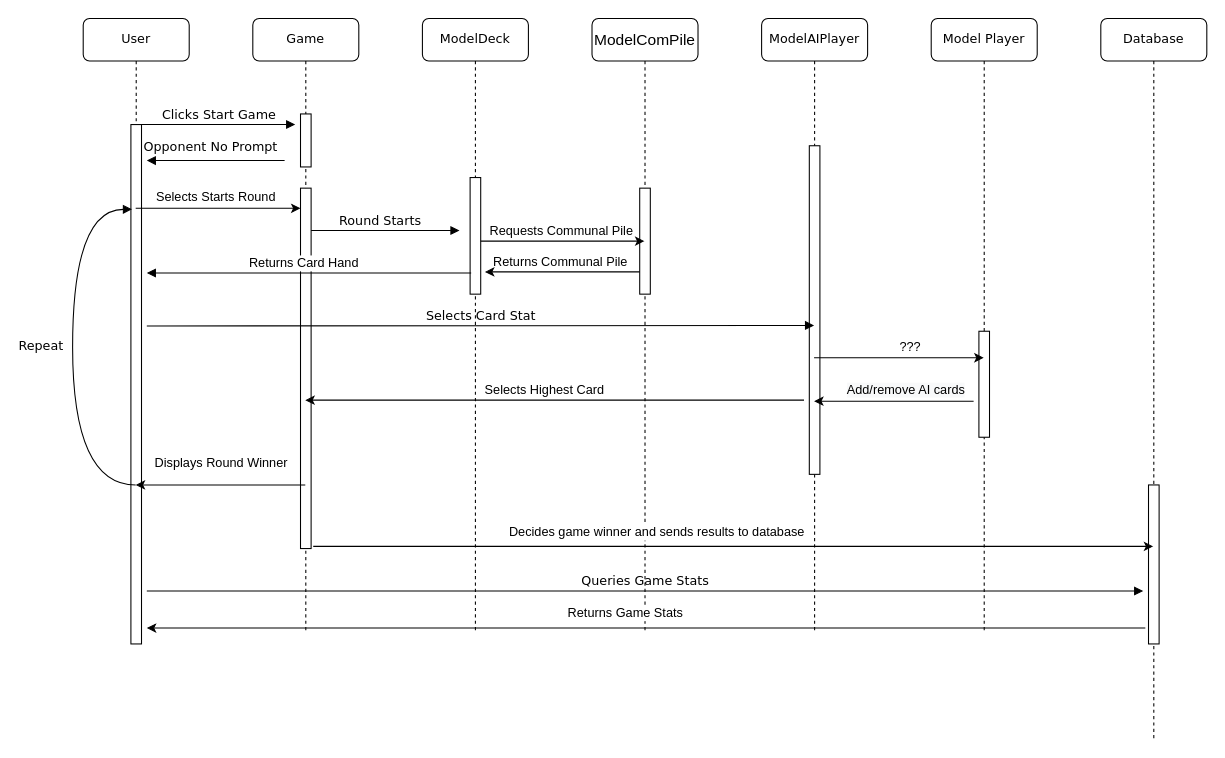
The draw.io diagram Sequence Diagram.drawio in Caimpson/ITTeamProject_Documentation, before the edit. Source tidied: cells renumbered, new cells numbered last; positions are measured from the earlier drawing's top-left corner, leaving out a move shared by most shapes. Both pictures are drawn from the tidied source at 106%, with x=0, y=0 at pixel (72, 18).
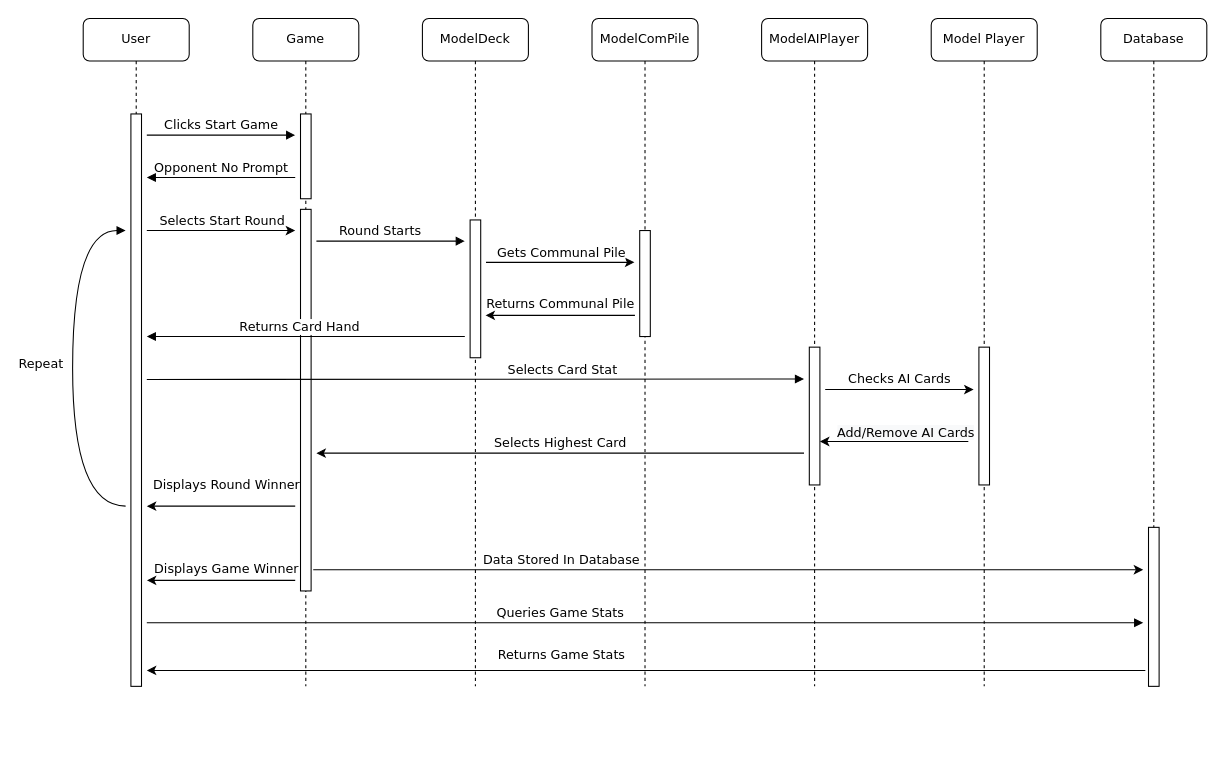
The same diagram, later.

Change to the diagram source:
```diff
@@
     <mxCell id="2" value="Game" style="shape=umlLifeline;perimeter=lifelinePerimeter;whiteSpace=wrap;html=1;outlineConnect=0;rounded=1;shadow=0;comic=0;labelBackgroundColor=none;strokeWidth=1;fontFamily=Verdana;fontSize=12;align=center;" parent="1" vertex="1">
-      <mxGeometry x="170" width="100" height="580" as="geometry" />
+      <mxGeometry x="170" width="100" height="630" as="geometry" />
     </mxCell>
     <mxCell id="3" style="html=1;points=[];perimeter=orthogonalPerimeter;rounded=0;shadow=0;comic=0;labelBackgroundColor=none;strokeWidth=1;fontFamily=Verdana;fontSize=12;align=center;" parent="2" vertex="1">
-      <mxGeometry x="45" y="160" width="10" height="340" as="geometry" />
+      <mxGeometry x="45" y="180" width="10" height="360" as="geometry" />
     </mxCell>
     <mxCell id="4" style="html=1;perimeter=orthogonalPerimeter;rounded=0;shadow=0;comic=0;labelBackgroundColor=none;strokeWidth=1;fontFamily=Verdana;fontSize=12;align=center;" parent="2" vertex="1">
-      <mxGeometry x="45" y="90" width="10" height="50" as="geometry" />
+      <mxGeometry x="45" y="90" width="10" height="80" as="geometry" />
     </mxCell>
-    <mxCell id="5" value="ModelDeck" style="shape=umlLifeline;perimeter=lifelinePerimeter;whiteSpace=wrap;html=1;rounded=1;shadow=0;comic=0;labelBackgroundColor=none;strokeWidth=1;fontFamily=Verdana;fontSize=12;align=center;" parent="1" vertex="1">
-      <mxGeometry x="330" width="100" height="580" as="geometry" />
+    <mxCell id="5" value="ModelDeck" style="shape=umlLifeline;perimeter=lifelinePerimeter;whiteSpace=wrap;html=1;rounded=1;shadow=0;comic=0;labelBackgroundColor=none;strokeWidth=1;fontFamily=Verdana;fontSize=12;align=center;size=40;" parent="1" vertex="1">
+      <mxGeometry x="330" width="100" height="630" as="geometry" />
     </mxCell>
     <mxCell id="6" style="html=1;points=[];perimeter=orthogonalPerimeter;rounded=0;shadow=0;comic=0;labelBackgroundColor=none;strokeWidth=1;fontFamily=Verdana;fontSize=12;align=center;" parent="5" vertex="1">
-      <mxGeometry x="45" y="150" width="10" height="110" as="geometry" />
+      <mxGeometry x="45" y="190" width="10" height="130" as="geometry" />
     </mxCell>
     <mxCell id="7" value="ModelAIPlayer" style="shape=umlLifeline;perimeter=lifelinePerimeter;whiteSpace=wrap;html=1;outlineConnect=0;rounded=1;shadow=0;comic=0;labelBackgroundColor=none;strokeWidth=1;fontFamily=Verdana;fontSize=12;align=center;" parent="1" vertex="1">
-      <mxGeometry x="650" width="100" height="580" as="geometry" />
+      <mxGeometry x="650" width="100" height="630" as="geometry" />
     </mxCell>
     <mxCell id="8" style="html=1;perimeter=orthogonalPerimeter;rounded=0;shadow=0;comic=0;labelBackgroundColor=none;strokeWidth=1;fontFamily=Verdana;fontSize=12;align=center;" parent="7" vertex="1">
-      <mxGeometry x="45" y="120" width="10" height="310" as="geometry" />
+      <mxGeometry x="45" y="310" width="10" height="130" as="geometry" />
     </mxCell>
     <mxCell id="9" value="Database" style="shape=umlLifeline;perimeter=lifelinePerimeter;whiteSpace=wrap;html=1;outlineConnect=0;rounded=1;shadow=0;comic=0;labelBackgroundColor=none;strokeWidth=1;fontFamily=Verdana;fontSize=12;align=center;" parent="1" vertex="1">
-      <mxGeometry x="970" width="100" height="680" as="geometry" />
+      <mxGeometry x="970" width="100" height="630" as="geometry" />
     </mxCell>
     <mxCell id="10" style="html=1;points=[];perimeter=orthogonalPerimeter;rounded=0;shadow=0;comic=0;labelBackgroundColor=none;strokeWidth=1;fontFamily=Verdana;fontSize=12;align=center;" parent="9" vertex="1">
-      <mxGeometry x="45" y="440" width="10" height="150" as="geometry" />
+      <mxGeometry x="45" y="480" width="10" height="150" as="geometry" />
     </mxCell>
-    <mxCell id="11" value="&lt;span style=&quot;font-size: 11pt ; line-height: 15.6933px ; font-family: &amp;#34;calibri&amp;#34; , sans-serif&quot;&gt;ModelComPile&lt;/span&gt;" style="shape=umlLifeline;perimeter=lifelinePerimeter;whiteSpace=wrap;html=1;outlineConnect=0;rounded=1;shadow=0;comic=0;labelBackgroundColor=none;strokeWidth=1;fontFamily=Verdana;fontSize=12;align=center;" parent="1" vertex="1">
-      <mxGeometry x="490" width="100" height="580" as="geometry" />
+    <mxCell id="11" value="&lt;span style=&quot;line-height: 15.6933px&quot;&gt;&lt;font style=&quot;font-size: 12px&quot;&gt;ModelComPile&lt;/font&gt;&lt;/span&gt;" style="shape=umlLifeline;perimeter=lifelinePerimeter;whiteSpace=wrap;html=1;outlineConnect=0;rounded=1;shadow=0;comic=0;labelBackgroundColor=none;strokeWidth=1;fontFamily=Verdana;fontSize=12;align=center;" parent="1" vertex="1">
+      <mxGeometry x="490" width="100" height="630" as="geometry" />
     </mxCell>
     <mxCell id="12" style="html=1;points=[];perimeter=orthogonalPerimeter;rounded=0;shadow=0;comic=0;labelBackgroundColor=none;strokeWidth=1;fontFamily=Verdana;fontSize=12;align=center;" parent="11" vertex="1">
-      <mxGeometry x="45" y="160" width="10" height="100" as="geometry" />
+      <mxGeometry x="45" y="200" width="10" height="100" as="geometry" />
     </mxCell>
     <mxCell id="13" value="Model Player" style="shape=umlLifeline;perimeter=lifelinePerimeter;whiteSpace=wrap;html=1;outlineConnect=0;rounded=1;shadow=0;comic=0;labelBackgroundColor=none;strokeWidth=1;fontFamily=Verdana;fontSize=12;align=center;" parent="1" vertex="1">
-      <mxGeometry x="810" width="100" height="580" as="geometry" />
+      <mxGeometry x="810" width="100" height="630" as="geometry" />
     </mxCell>
     <mxCell id="14" style="html=1;perimeter=orthogonalPerimeter;rounded=0;shadow=0;comic=0;labelBackgroundColor=none;strokeWidth=1;fontFamily=Verdana;fontSize=12;align=center;" parent="13" vertex="1">
-      <mxGeometry x="45" y="295" width="10" height="100" as="geometry" />
+      <mxGeometry x="45" y="310" width="10" height="130" as="geometry" />
     </mxCell>
     <mxCell id="15" value="User" style="shape=umlLifeline;perimeter=lifelinePerimeter;whiteSpace=wrap;html=1;outlineConnect=0;rounded=1;shadow=0;comic=0;labelBackgroundColor=none;strokeWidth=1;fontFamily=Verdana;fontSize=12;align=center;" parent="1" vertex="1">
-      <mxGeometry x="10" width="100" height="590" as="geometry" />
+      <mxGeometry x="10" width="100" height="630" as="geometry" />
     </mxCell>
     <mxCell id="16" style="html=1;points=[];perimeter=orthogonalPerimeter;rounded=0;shadow=0;comic=0;labelBackgroundColor=none;strokeWidth=1;fontFamily=Verdana;fontSize=12;align=center;" parent="15" vertex="1">
-      <mxGeometry x="45" y="100" width="10" height="490" as="geometry" />
+      <mxGeometry x="45" y="90" width="10" height="540" as="geometry" />
     </mxCell>
-    <mxCell id="17" value="Repeat" style="html=1;verticalAlign=bottom;endArrow=block;labelBackgroundColor=none;fontFamily=Verdana;fontSize=12;elbow=vertical;edgeStyle=orthogonalEdgeStyle;curved=1;" parent="15" edge="1" source="15">
+    <mxCell id="17" value="Repeat" style="html=1;verticalAlign=bottom;endArrow=block;labelBackgroundColor=none;fontFamily=Verdana;fontSize=12;elbow=vertical;edgeStyle=orthogonalEdgeStyle;curved=1;" parent="15" edge="1">
       <mxGeometry x="-0.03" y="30" relative="1" as="geometry">
-        <mxPoint x="46" y="180" as="targetPoint" />
+        <mxPoint x="40" y="460" as="sourcePoint" />
+        <mxPoint x="40" y="200" as="targetPoint" />
         <Array as="points">
-          <mxPoint x="-10" y="440" />
-          <mxPoint x="-10" y="180" />
+          <mxPoint x="-10" y="460" />
+          <mxPoint x="-10" y="200" />
         </Array>
       </mxGeometry>
     </mxCell>
     <mxCell id="18" style="html=1;verticalAlign=bottom;endArrow=block;labelBackgroundColor=none;fontFamily=Verdana;fontSize=12;edgeStyle=elbowEdgeStyle;elbow=vertical;" parent="1" edge="1">
       <mxGeometry relative="1" as="geometry">
-        <mxPoint x="376" y="240" as="sourcePoint" />
-        <mxPoint x="70" y="240" as="targetPoint" />
+        <mxPoint x="370" y="300" as="sourcePoint" />
+        <mxPoint x="70" y="300" as="targetPoint" />
         <Array as="points">
-          <mxPoint x="310" y="240" />
-          <mxPoint x="380" y="240" />
+          <mxPoint x="310" y="300" />
+          <mxPoint x="380" y="300" />
         </Array>
       </mxGeometry>
     </mxCell>
-    <mxCell id="19" value="Returns Card Hand" style="text;html=1;align=center;verticalAlign=middle;labelBackgroundColor=#ffffff;" parent="18" vertex="1">
+    <mxCell id="19" value="&lt;font face=&quot;Verdana&quot;&gt;Returns Card Hand&lt;/font&gt;" style="text;html=1;align=center;verticalAlign=middle;labelBackgroundColor=#ffffff;" parent="18" vertex="1">
       <mxGeometry x="-0.44" relative="1" as="geometry">
         <mxPoint x="-73" y="-10" as="offset" />
       </mxGeometry>
     </mxCell>
     <mxCell id="20" value="Queries Game Stats" style="html=1;verticalAlign=bottom;endArrow=block;labelBackgroundColor=none;fontFamily=Verdana;fontSize=12;" parent="1" edge="1">
-      <mxGeometry relative="1" as="geometry">
-        <mxPoint x="70" y="540" as="sourcePoint" />
-        <mxPoint x="1010" y="540" as="targetPoint" />
+      <mxGeometry x="-0.17" relative="1" as="geometry">
+        <mxPoint x="70" y="570" as="sourcePoint" />
+        <mxPoint x="1010" y="570" as="targetPoint" />
       </mxGeometry>
     </mxCell>
-    <mxCell id="21" value="Clicks Start Game" style="html=1;verticalAlign=bottom;endArrow=block;labelBackgroundColor=none;fontFamily=Verdana;fontSize=12;edgeStyle=elbowEdgeStyle;elbow=vertical;" parent="1" edge="1" source="16">
+    <mxCell id="21" value="Clicks Start Game" style="html=1;verticalAlign=bottom;endArrow=block;labelBackgroundColor=none;fontFamily=Verdana;fontSize=12;edgeStyle=elbowEdgeStyle;elbow=vertical;" parent="1" edge="1">
       <mxGeometry relative="1" as="geometry">
-        <mxPoint x="210" y="100" as="targetPoint" />
+        <mxPoint x="70" y="110" as="sourcePoint" />
+        <mxPoint x="210" y="110" as="targetPoint" />
       </mxGeometry>
     </mxCell>
     <mxCell id="22" value="Round Starts" style="html=1;verticalAlign=bottom;endArrow=block;labelBackgroundColor=none;fontFamily=Verdana;fontSize=12;edgeStyle=elbowEdgeStyle;elbow=vertical;" parent="1" edge="1">
-      <mxGeometry x="0.71" y="-55" relative="1" as="geometry">
-        <mxPoint x="225" y="200" as="sourcePoint" />
-        <mxPoint x="365" y="200" as="targetPoint" />
+      <mxGeometry x="0.64" y="-55" relative="1" as="geometry">
+        <mxPoint x="230" y="210" as="sourcePoint" />
+        <mxPoint x="370" y="210" as="targetPoint" />
         <Array as="points">
-          <mxPoint x="345" y="200" />
+          <mxPoint x="345" y="210" />
         </Array>
         <mxPoint x="-55" y="-55" as="offset" />
       </mxGeometry>
     </mxCell>
     <mxCell id="23" value="Opponent No Prompt" style="html=1;verticalAlign=bottom;endArrow=block;labelBackgroundColor=none;fontFamily=Verdana;fontSize=12;edgeStyle=elbowEdgeStyle;elbow=vertical;" parent="1" edge="1">
-      <mxGeometry x="0.84" y="-50" relative="1" as="geometry">
-        <mxPoint x="200" y="134" as="sourcePoint" />
-        <mxPoint x="70" y="134" as="targetPoint" />
+      <mxGeometry x="0.71" y="-50" relative="1" as="geometry">
+        <mxPoint x="210" y="150" as="sourcePoint" />
+        <mxPoint x="70" y="150" as="targetPoint" />
         <Array as="points">
-          <mxPoint x="90" y="134" />
+          <mxPoint x="90" y="150" />
         </Array>
-        <mxPoint x="50" y="46" as="offset" />
+        <mxPoint x="50" y="50" as="offset" />
       </mxGeometry>
     </mxCell>
-    <mxCell id="24" value="Selects Card Stat" style="html=1;verticalAlign=bottom;endArrow=block;labelBackgroundColor=none;fontFamily=Verdana;fontSize=12;edgeStyle=elbowEdgeStyle;elbow=vertical;" parent="1" edge="1" target="7">
-      <mxGeometry relative="1" as="geometry">
-        <mxPoint x="70" y="290" as="sourcePoint" />
+    <mxCell id="24" value="Selects Card Stat" style="html=1;verticalAlign=bottom;endArrow=block;labelBackgroundColor=none;fontFamily=Verdana;fontSize=12;edgeStyle=elbowEdgeStyle;elbow=vertical;" parent="1" edge="1">
+      <mxGeometry x="0.26" relative="1" as="geometry">
+        <mxPoint x="70" y="340.5" as="sourcePoint" />
+        <mxPoint x="690" y="340.5" as="targetPoint" />
         <Array as="points">
-          <mxPoint x="430" y="289.5" />
+          <mxPoint x="430" y="340" />
         </Array>
+        <mxPoint x="1" y="1" as="offset" />
       </mxGeometry>
     </mxCell>
-    <mxCell id="25" style="endArrow=classic;html=1;" parent="1" edge="1" target="2">
+    <mxCell id="25" style="endArrow=classic;html=1;" parent="1" edge="1">
       <mxGeometry relative="1" as="geometry">
-        <mxPoint x="690" y="360" as="sourcePoint" />
+        <mxPoint x="690" y="410" as="sourcePoint" />
+        <mxPoint x="230" y="410" as="targetPoint" />
         <Array as="points">
-          <mxPoint x="370" y="360" />
+          <mxPoint x="370" y="410" />
         </Array>
       </mxGeometry>
     </mxCell>
-    <mxCell id="26" value="Selects Highest Card" style="text;html=1;align=center;verticalAlign=middle;labelBackgroundColor=#ffffff;" parent="25" vertex="1">
+    <mxCell id="26" value="&lt;font face=&quot;Verdana&quot;&gt;Selects Highest Card&lt;/font&gt;" style="text;html=1;align=center;verticalAlign=middle;labelBackgroundColor=#ffffff;" parent="25" vertex="1">
       <mxGeometry x="0.09" y="-10" relative="1" as="geometry">
-        <mxPoint x="10" as="offset" />
+        <mxPoint x="20" as="offset" />
       </mxGeometry>
     </mxCell>
-    <mxCell id="27" style="endArrow=classic;html=1;" parent="1" edge="1" source="2" target="15">
+    <mxCell id="27" style="endArrow=classic;html=1;" parent="1" edge="1">
       <mxGeometry relative="1" as="geometry">
+        <mxPoint x="210" y="460" as="sourcePoint" />
+        <mxPoint x="70" y="460" as="targetPoint" />
         <Array as="points">
-          <mxPoint x="160" y="440" />
-          <mxPoint x="130" y="440" />
-          <mxPoint x="100" y="440" />
+          <mxPoint x="160" y="460" />
+          <mxPoint x="130" y="460" />
+          <mxPoint x="100" y="460" />
         </Array>
       </mxGeometry>
     </mxCell>
-    <mxCell id="28" value="Displays Round Winner" style="text;html=1;align=center;verticalAlign=middle;" parent="1" vertex="1">
-      <mxGeometry x="70" y="410" width="140" height="20" as="geometry" />
+    <mxCell id="28" value="&lt;font face=&quot;Verdana&quot;&gt;Displays Round Winner&lt;/font&gt;" style="text;html=1;align=center;verticalAlign=middle;" parent="1" vertex="1">
+      <mxGeometry x="70" y="430" width="150" height="20" as="geometry" />
     </mxCell>
-    <mxCell id="29" style="endArrow=classic;html=1;" parent="1" edge="1" source="15">
+    <mxCell id="29" style="endArrow=classic;html=1;" parent="1" edge="1">
       <mxGeometry relative="1" as="geometry">
-        <mxPoint x="215" y="179" as="targetPoint" />
+        <mxPoint x="70" y="200" as="sourcePoint" />
+        <mxPoint x="210" y="200" as="targetPoint" />
         <Array as="points">
-          <mxPoint x="160" y="179" />
+          <mxPoint x="160" y="200" />
         </Array>
       </mxGeometry>
     </mxCell>
-    <mxCell id="30" value="Selects Starts Round" style="text;html=1;align=center;verticalAlign=middle;labelBackgroundColor=#ffffff;" parent="29" vertex="1">
+    <mxCell id="30" value="&lt;font face=&quot;Verdana&quot;&gt;Selects Start Round&lt;/font&gt;" style="text;html=1;align=center;verticalAlign=middle;labelBackgroundColor=#ffffff;" parent="29" vertex="1">
       <mxGeometry x="0.04" y="1" relative="1" as="geometry">
-        <mxPoint x="-6" y="-9.1" as="offset" />
+        <mxPoint x="-3" y="-9" as="offset" />
       </mxGeometry>
     </mxCell>
-    <mxCell id="31" style="endArrow=classic;html=1;" parent="1" edge="1" source="6" target="11">
-      <mxGeometry relative="1" as="geometry">
-        <Array as="points">
-          <mxPoint x="450" y="210" />
-        </Array>
-      </mxGeometry>
-    </mxCell>
-    <mxCell id="32" value="Requests Communal Pile" style="text;html=1;align=center;verticalAlign=middle;labelBackgroundColor=#ffffff;" parent="31" vertex="1">
-      <mxGeometry x="-0.16" y="13" relative="1" as="geometry">
-        <mxPoint x="10" y="3" as="offset" />
-      </mxGeometry>
-    </mxCell>
-    <mxCell id="33" style="endArrow=classic;html=1;entryX=1.4;entryY=0.809;entryDx=0;entryDy=0;entryPerimeter=0;" parent="1" edge="1" source="12" target="6">
-      <mxGeometry relative="1" as="geometry" />
+    <mxCell id="33" style="endArrow=classic;html=1;" parent="1" edge="1">
+      <mxGeometry relative="1" as="geometry">
+        <mxPoint x="530.5" y="280" as="sourcePoint" />
+        <mxPoint x="389.5" y="280" as="targetPoint" />
+      </mxGeometry>
     </mxCell>
-    <mxCell id="34" value="Returns Communal Pile" style="text;html=1;align=center;verticalAlign=middle;" parent="1" vertex="1">
-      <mxGeometry x="390" y="220" width="140" height="20" as="geometry" />
+    <mxCell id="34" value="&lt;font face=&quot;Verdana&quot;&gt;Returns Communal Pile&lt;/font&gt;" style="text;html=1;align=center;verticalAlign=middle;" parent="1" vertex="1">
+      <mxGeometry x="380" y="260" width="160" height="20" as="geometry" />
     </mxCell>
-    <mxCell id="35" style="endArrow=classic;html=1;exitX=1.2;exitY=0.994;exitDx=0;exitDy=0;exitPerimeter=0;" parent="1" edge="1" source="3" target="9">
-      <mxGeometry relative="1" as="geometry" />
+    <mxCell id="35" style="endArrow=classic;html=1;" parent="1" edge="1">
+      <mxGeometry relative="1" as="geometry">
+        <mxPoint x="227" y="520" as="sourcePoint" />
+        <mxPoint x="1010" y="520" as="targetPoint" />
+      </mxGeometry>
     </mxCell>
-    <mxCell id="36" value="Decides game winner and sends results to database" style="text;html=1;align=center;verticalAlign=middle;labelBackgroundColor=#ffffff;" parent="35" vertex="1">
+    <mxCell id="36" value="&lt;font face=&quot;Verdana&quot;&gt;Data Stored In Database&lt;/font&gt;" style="text;html=1;align=center;verticalAlign=middle;labelBackgroundColor=#ffffff;" parent="35" vertex="1">
       <mxGeometry x="-0.2" y="2" relative="1" as="geometry">
-        <mxPoint x="6" y="-11.1" as="offset" />
+        <mxPoint x="-80" y="-8" as="offset" />
       </mxGeometry>
     </mxCell>
     <mxCell id="37" style="endArrow=classic;html=1;exitX=-0.3;exitY=0.9;exitDx=0;exitDy=0;exitPerimeter=0;" parent="1" edge="1" source="10">
       <mxGeometry relative="1" as="geometry">
-        <mxPoint x="70" y="575" as="targetPoint" />
+        <mxPoint x="70" y="615" as="targetPoint" />
       </mxGeometry>
     </mxCell>
-    <mxCell id="38" value="Returns Game Stats&amp;nbsp;" style="text;html=1;align=center;verticalAlign=middle;labelBackgroundColor=#ffffff;" parent="37" vertex="1">
+    <mxCell id="38" value="&lt;font face=&quot;Verdana&quot;&gt;Returns Game Stats&amp;nbsp;&lt;/font&gt;" style="text;html=1;align=center;verticalAlign=middle;labelBackgroundColor=#ffffff;" parent="37" vertex="1">
       <mxGeometry x="0.04" y="-2" relative="1" as="geometry">
-        <mxPoint y="-13" as="offset" />
+        <mxPoint x="-60" y="-13" as="offset" />
       </mxGeometry>
     </mxCell>
-    <mxCell id="39" style="endArrow=classic;html=1;" parent="1" edge="1" target="7">
+    <mxCell id="39" style="endArrow=classic;html=1;" parent="1" edge="1">
       <mxGeometry relative="1" as="geometry">
-        <mxPoint x="850" y="361" as="sourcePoint" />
+        <mxPoint x="845" y="399" as="sourcePoint" />
+        <mxPoint x="705" y="399" as="targetPoint" />
       </mxGeometry>
     </mxCell>
-    <mxCell id="40" value="&lt;span style=&quot;background-color: rgb(248 , 249 , 250)&quot;&gt;Add/remove AI cards&lt;/span&gt;" style="text;html=1;align=center;verticalAlign=middle;labelBackgroundColor=#ffffff;" parent="39" vertex="1">
+    <mxCell id="40" value="&lt;span style=&quot;background-color: rgb(248 , 249 , 250)&quot;&gt;&lt;font face=&quot;Verdana&quot;&gt;Add/Remove AI Cards&lt;/font&gt;&lt;/span&gt;" style="text;html=1;align=center;verticalAlign=middle;labelBackgroundColor=#ffffff;" parent="39" vertex="1">
       <mxGeometry x="-0.16" relative="1" as="geometry">
-        <mxPoint x="-2" y="-11" as="offset" />
+        <mxPoint x="-1" y="-9" as="offset" />
       </mxGeometry>
     </mxCell>
-    <mxCell id="41" style="endArrow=classic;html=1;" parent="1" edge="1" source="7" target="13">
+    <mxCell id="41" style="endArrow=classic;html=1;" parent="1" edge="1">
       <mxGeometry relative="1" as="geometry">
+        <mxPoint x="710" y="350" as="sourcePoint" />
+        <mxPoint x="850" y="350" as="targetPoint" />
         <Array as="points">
-          <mxPoint x="830" y="320" />
+          <mxPoint x="765" y="350" />
+          <mxPoint x="830" y="350" />
         </Array>
       </mxGeometry>
     </mxCell>
-    <mxCell id="42" value="???" style="text;html=1;align=center;verticalAlign=middle;" parent="1" vertex="1">
-      <mxGeometry x="770" y="300" width="40" height="20" as="geometry" />
+    <mxCell id="42" value="&lt;font face=&quot;Verdana&quot;&gt;Checks AI Cards&lt;/font&gt;" style="text;html=1;align=center;verticalAlign=middle;" parent="1" vertex="1">
+      <mxGeometry x="725" y="330" width="110" height="20" as="geometry" />
     </mxCell>
+    <mxCell id="31" style="endArrow=classic;html=1;" parent="1" edge="1">
+      <mxGeometry relative="1" as="geometry">
+        <mxPoint x="390" y="230" as="sourcePoint" />
+        <mxPoint x="530" y="230" as="targetPoint" />
+        <Array as="points">
+          <mxPoint x="450" y="230" />
+        </Array>
+      </mxGeometry>
+    </mxCell>
+    <mxCell id="32" value="&lt;font face=&quot;Verdana&quot;&gt;Gets Communal Pile&lt;/font&gt;" style="text;html=1;align=center;verticalAlign=middle;labelBackgroundColor=#ffffff;" parent="31" vertex="1">
+      <mxGeometry x="-0.16" y="13" relative="1" as="geometry">
+        <mxPoint x="11" y="3" as="offset" />
+      </mxGeometry>
+    </mxCell>
+    <mxCell id="43" style="endArrow=classic;html=1;" parent="1" edge="1">
+      <mxGeometry relative="1" as="geometry">
+        <mxPoint x="210" y="530" as="sourcePoint" />
+        <mxPoint x="70" y="530" as="targetPoint" />
+        <Array as="points">
+          <mxPoint x="160" y="530" />
+          <mxPoint x="130" y="530" />
+          <mxPoint x="100" y="530" />
+        </Array>
+      </mxGeometry>
+    </mxCell>
+    <mxCell id="44" value="&lt;font face=&quot;Verdana&quot;&gt;Displays Game Winner&lt;/font&gt;" style="text;html=1;align=center;verticalAlign=middle;" parent="1" vertex="1">
+      <mxGeometry x="70" y="510" width="150" height="20" as="geometry" />
+    </mxCell>
```
